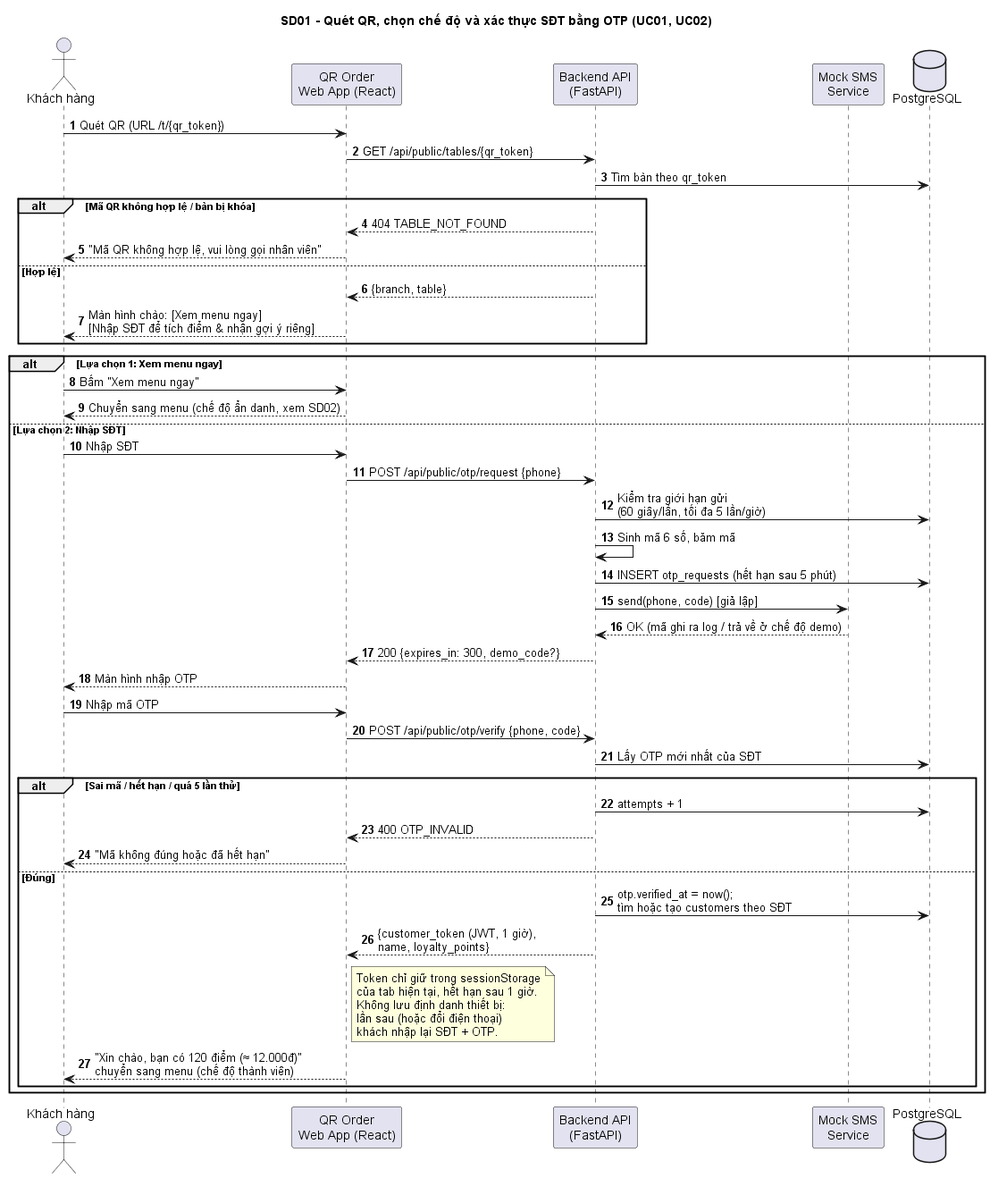
Above: 1.Bao_cao/Thiet_ke_he_thong/diagrams/png/III_sd01_quet_qr_xac_thuc_otp.png in thanhbinh0493/smartcafe (PlantUML), before the change.
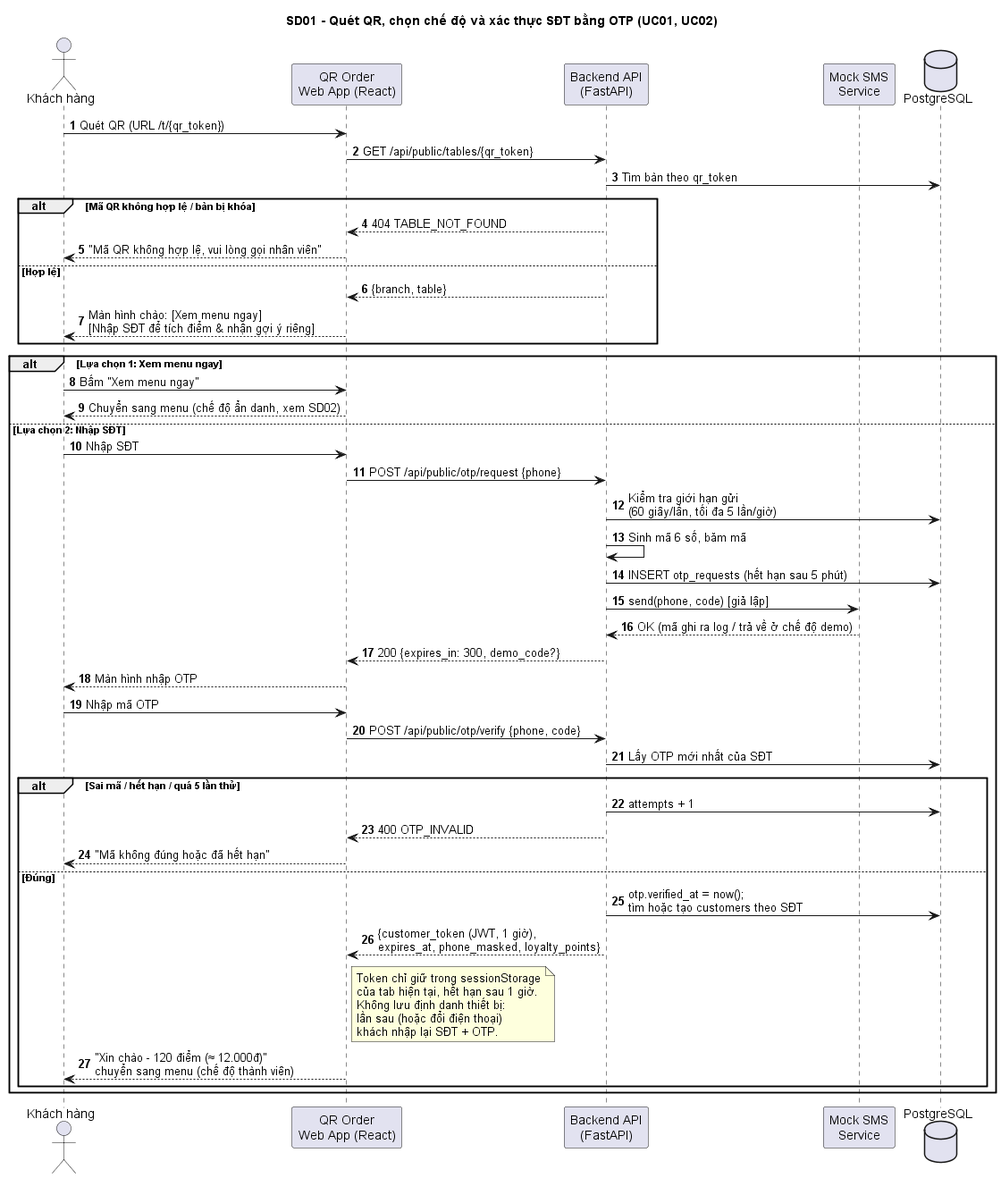
The same file after the commit.

Change to the diagram source:
```diff
@@ -42,7 +42,7 @@
     FE --> KH : "Mã không đúng hoặc đã hết hạn"
   else Đúng
     BE -> DB : otp.verified_at = now();\ntìm hoặc tạo customers theo SĐT
-    BE --> FE : {customer_token (JWT, 1 giờ),\nname, loyalty_points}
+    BE --> FE : {customer_token (JWT, 1 giờ),\nexpires_at, phone_masked, loyalty_points}
     note right of FE
       Token chỉ giữ trong sessionStorage
       của tab hiện tại, hết hạn sau 1 giờ.
@@ -50,7 +50,7 @@
       lần sau (hoặc đổi điện thoại)
       khách nhập lại SĐT + OTP.
     end note
-    FE --> KH : "Xin chào, bạn có 120 điểm (≈ 12.000đ)"\nchuyển sang menu (chế độ thành viên)
+    FE --> KH : "Xin chào - 120 điểm (≈ 12.000đ)"\nchuyển sang menu (chế độ thành viên)
   end
 end
 @enduml
```
